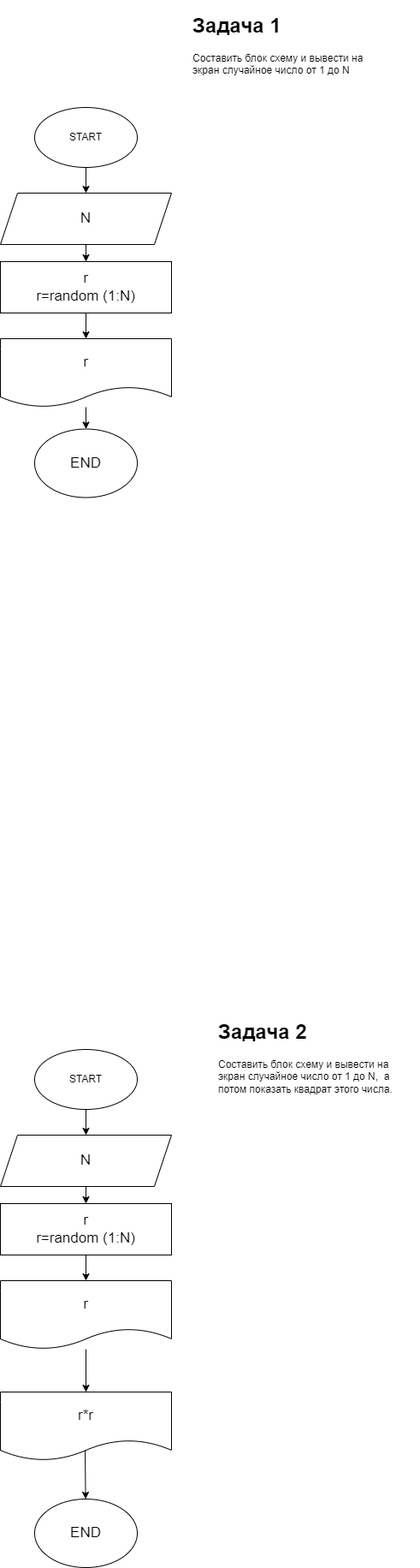
The draw.io diagram ex00.drawio.png in ulitin64/praktikum1, before a commit. Source tidied: cells renumbered, new cells last; positions are measured from the earlier drawing's top-left corner, leaving out a move shared by most shapes.
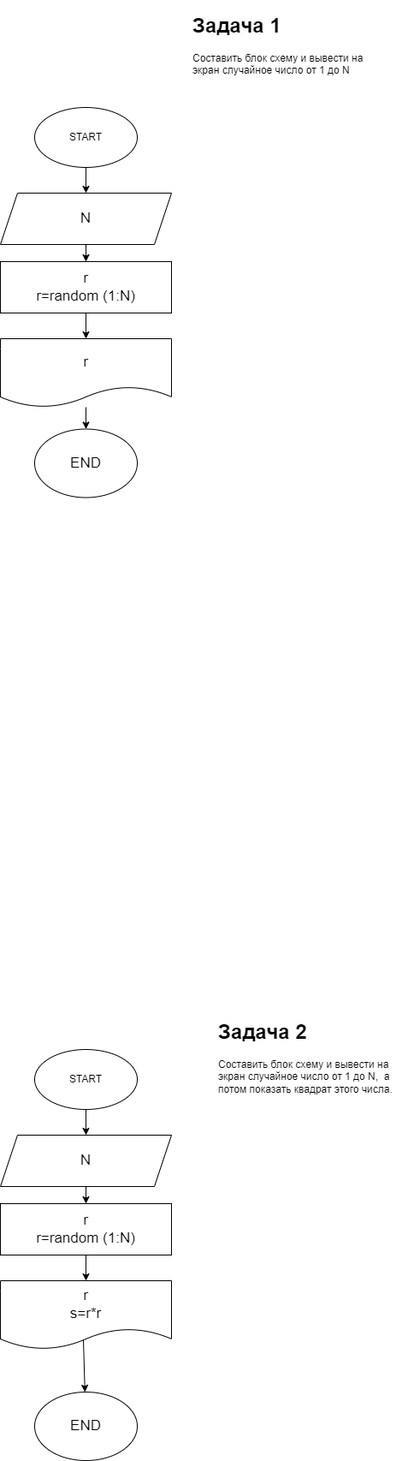
After the commit.

Commit message:
Задача 2 исп

What changed in the source:
```diff
@@ -53,20 +53,14 @@
     <mxCell id="18" value="&lt;font style=&quot;font-size: 17px&quot;&gt;r&lt;br&gt;r=random (1:N)&lt;/font&gt;" style="rounded=0;whiteSpace=wrap;html=1;" parent="1" vertex="1">
       <mxGeometry y="1395" width="200" height="60" as="geometry" />
     </mxCell>
-    <mxCell id="19" style="edgeStyle=none;html=1;fontSize=17;" parent="1" edge="1" source="20" target="23">
-      <mxGeometry relative="1" as="geometry" />
-    </mxCell>
-    <mxCell id="20" value="&lt;font style=&quot;font-size: 17px&quot;&gt;r&lt;/font&gt;" style="shape=document;whiteSpace=wrap;html=1;boundedLbl=1;" parent="1" vertex="1">
+    <mxCell id="20" value="&lt;font style=&quot;font-size: 17px&quot;&gt;r&lt;br&gt;s=r*r&lt;br&gt;&lt;/font&gt;" style="shape=document;whiteSpace=wrap;html=1;boundedLbl=1;" parent="1" vertex="1">
       <mxGeometry y="1485" width="200" height="80" as="geometry" />
     </mxCell>
     <mxCell id="21" value="END" style="ellipse;whiteSpace=wrap;html=1;fontSize=17;" parent="1" vertex="1">
-      <mxGeometry x="40" y="1740" width="120" height="80" as="geometry" />
+      <mxGeometry x="40" y="1615" width="120" height="80" as="geometry" />
     </mxCell>
-    <mxCell id="22" style="edgeStyle=none;html=1;fontSize=17;exitX=0.495;exitY=0.838;exitDx=0;exitDy=0;exitPerimeter=0;" parent="1" edge="1" source="23" target="21">
+    <mxCell id="22" style="edgeStyle=none;html=1;fontSize=17;exitX=0.485;exitY=0.863;exitDx=0;exitDy=0;exitPerimeter=0;" parent="1" edge="1" source="20" target="21">
       <mxGeometry relative="1" as="geometry" />
     </mxCell>
-    <mxCell id="23" value="&lt;font style=&quot;font-size: 17px&quot;&gt;r*r&lt;/font&gt;" style="shape=document;whiteSpace=wrap;html=1;boundedLbl=1;" parent="1" vertex="1">
-      <mxGeometry y="1615" width="200" height="80" as="geometry" />
-    </mxCell>
   </root>
 </mxGraphModel>
```
